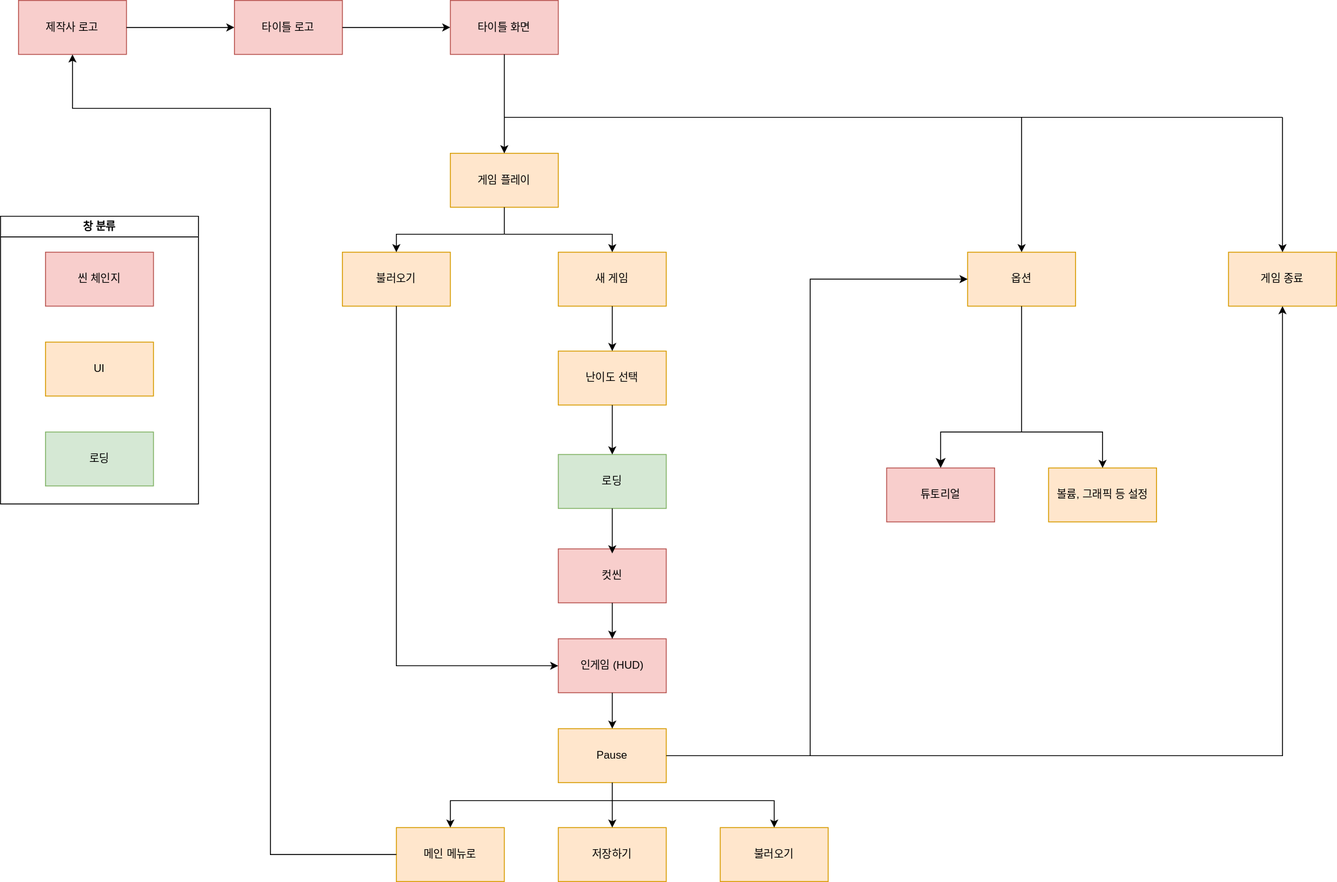
Earlier version of the draw.io export images/착호 씬플로우.drawio.svg (Shukaredy/redygames). Source tidied: cells renumbered, new cells last; positions are measured from the earlier drawing's top-left corner, leaving out a move shared by most shapes.
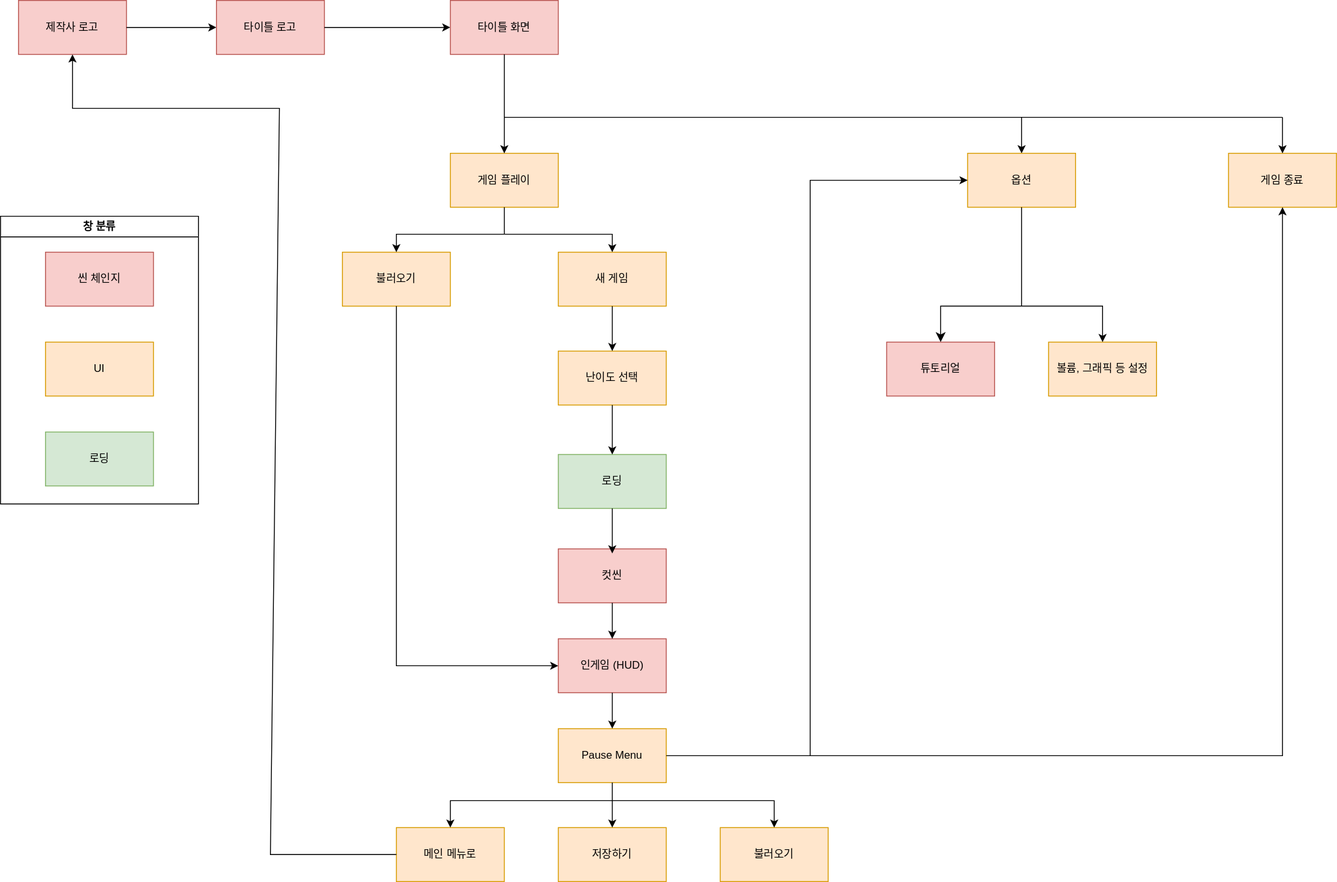
Later version of the same file.

Commit message:
Update 착호 씬플로우.drawio.svg

What changed in the source:
```diff
@@ -9,7 +9,7 @@
       <mxGeometry relative="1" as="geometry" />
     </mxCell>
     <mxCell id="4" value="타이틀 로고" style="rounded=0;whiteSpace=wrap;html=1;fillColor=#f8cecc;strokeColor=#b85450;" parent="1" vertex="1">
-      <mxGeometry x="260" width="120" height="60" as="geometry" />
+      <mxGeometry x="240" width="120" height="60" as="geometry" />
     </mxCell>
     <mxCell id="5" style="endArrow=classic;html=1;rounded=0;exitX=1;exitY=0.5;exitDx=0;exitDy=0;entryX=0;entryY=0.5;entryDx=0;entryDy=0;" parent="1" edge="1" source="4" target="6">
       <mxGeometry relative="1" as="geometry" />
@@ -32,10 +32,10 @@
       </mxGeometry>
     </mxCell>
     <mxCell id="10" value="옵션" style="rounded=0;whiteSpace=wrap;html=1;fillColor=#ffe6cc;strokeColor=#d79b00;" parent="1" vertex="1">
-      <mxGeometry x="1075" y="280" width="120" height="60" as="geometry" />
+      <mxGeometry x="1075" y="170" width="120" height="60" as="geometry" />
     </mxCell>
     <mxCell id="11" value="볼륨, 그래픽 등 설정" style="rounded=0;whiteSpace=wrap;html=1;fillColor=#ffe6cc;strokeColor=#d79b00;" parent="1" vertex="1">
-      <mxGeometry x="1165" y="520" width="120" height="60" as="geometry" />
+      <mxGeometry x="1165" y="380" width="120" height="60" as="geometry" />
     </mxCell>
     <mxCell id="12" value="로딩" style="rounded=0;whiteSpace=wrap;html=1;fillColor=#d5e8d4;strokeColor=#82b366;" parent="1" vertex="1">
       <mxGeometry x="620" y="505" width="120" height="60" as="geometry" />
@@ -45,18 +45,18 @@
     </mxCell>
     <mxCell id="14" style="endArrow=classic;html=1;rounded=0;fontSize=12;startSize=8;endSize=8;curved=0;" parent="1" edge="1">
       <mxGeometry relative="1" as="geometry">
-        <mxPoint x="1135" y="480" as="sourcePoint" />
-        <mxPoint x="1045" y="520" as="targetPoint" />
+        <mxPoint x="1135" y="340" as="sourcePoint" />
+        <mxPoint x="1045" y="380" as="targetPoint" />
         <Array as="points">
-          <mxPoint x="1045" y="480" />
+          <mxPoint x="1045" y="340" />
         </Array>
       </mxGeometry>
     </mxCell>
     <mxCell id="15" value="튜토리얼" style="rounded=0;whiteSpace=wrap;html=1;fillColor=#f8cecc;strokeColor=#b85450;" parent="1" vertex="1">
-      <mxGeometry x="985" y="520" width="120" height="60" as="geometry" />
+      <mxGeometry x="985" y="380" width="120" height="60" as="geometry" />
     </mxCell>
     <mxCell id="16" value="게임 종료" style="rounded=0;whiteSpace=wrap;html=1;fillColor=#ffe6cc;strokeColor=#d79b00;" parent="1" vertex="1">
-      <mxGeometry x="1365" y="280" width="120" height="60" as="geometry" />
+      <mxGeometry x="1365" y="170" width="120" height="60" as="geometry" />
     </mxCell>
     <mxCell id="17" value="창 분류" style="swimlane;whiteSpace=wrap;html=1;" parent="1" vertex="1">
       <mxGeometry y="240" width="220" height="320" as="geometry" />
@@ -130,7 +130,7 @@
     </mxCell>
     <mxCell id="34" style="endArrow=none;html=1;rounded=0;exitX=0.5;exitY=1;exitDx=0;exitDy=0;" parent="1" edge="1" source="10">
       <mxGeometry relative="1" as="geometry">
-        <mxPoint x="1135" y="480" as="targetPoint" />
+        <mxPoint x="1135" y="340" as="targetPoint" />
       </mxGeometry>
     </mxCell>
     <mxCell id="35" style="endArrow=classic;html=1;rounded=0;exitX=0.5;exitY=1;exitDx=0;exitDy=0;entryX=0;entryY=0.5;entryDx=0;entryDy=0;" parent="1" edge="1" source="21" target="13">
@@ -142,13 +142,13 @@
     </mxCell>
     <mxCell id="36" style="endArrow=classic;html=1;rounded=0;entryX=0.5;entryY=0;entryDx=0;entryDy=0;" parent="1" edge="1" target="11">
       <mxGeometry relative="1" as="geometry">
-        <mxPoint x="1135" y="480" as="sourcePoint" />
+        <mxPoint x="1135" y="340" as="sourcePoint" />
         <Array as="points">
-          <mxPoint x="1225" y="480" />
+          <mxPoint x="1225" y="340" />
         </Array>
       </mxGeometry>
     </mxCell>
-    <mxCell id="37" value="Pause" style="rounded=0;whiteSpace=wrap;html=1;fillColor=#ffe6cc;strokeColor=#d79b00;" parent="1" vertex="1">
+    <mxCell id="37" value="Pause Menu" style="rounded=0;whiteSpace=wrap;html=1;fillColor=#ffe6cc;strokeColor=#d79b00;" parent="1" vertex="1">
       <mxGeometry x="620" y="810" width="120" height="60" as="geometry" />
     </mxCell>
     <mxCell id="38" style="endArrow=classic;html=1;rounded=0;exitX=0.5;exitY=1;exitDx=0;exitDy=0;entryX=0.5;entryY=0;entryDx=0;entryDy=0;" parent="1" edge="1" source="13" target="37">
@@ -188,7 +188,7 @@
       <mxGeometry relative="1" as="geometry">
         <Array as="points">
           <mxPoint x="900" y="840" />
-          <mxPoint x="900" y="310" />
+          <mxPoint x="900" y="200" />
         </Array>
       </mxGeometry>
     </mxCell>
@@ -204,7 +204,7 @@
       <mxGeometry relative="1" as="geometry">
         <Array as="points">
           <mxPoint x="300" y="950" />
-          <mxPoint x="300" y="120" />
+          <mxPoint x="310" y="120" />
           <mxPoint x="80" y="120" />
         </Array>
       </mxGeometry>
```
